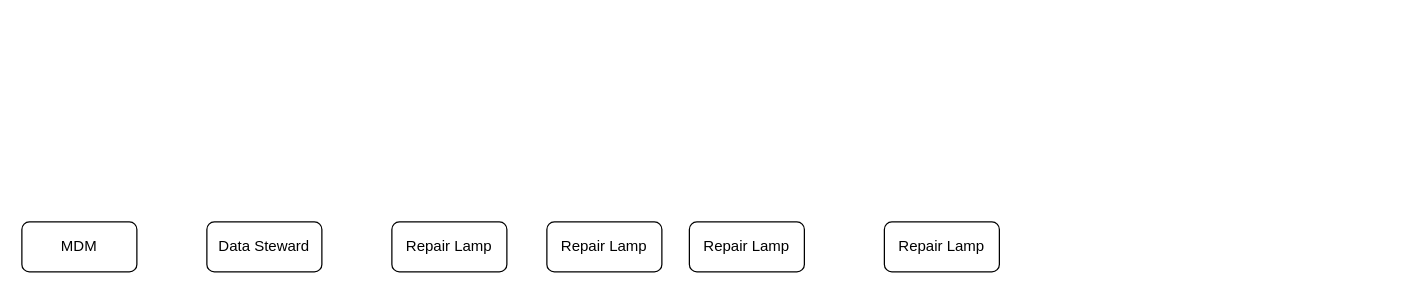
Earlier version of the draw.io diagram Untitled Diagram.drawio (rinkalnn/Mytest). Source tidied: cells renumbered, new cells numbered last; positions are measured from the earlier drawing's top-left corner, leaving out a move shared by most shapes. Both pictures are drawn from the tidied source at 125%, with x=0, y=0 at pixel (21, 221).
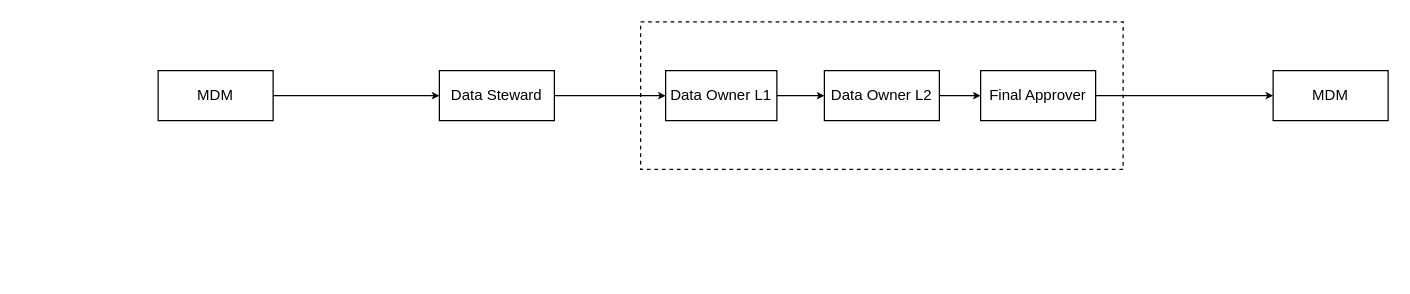
The same page after the edit.

Change to the diagram source:
```diff
@@
 <mxGraphModel>
   <root>
     <mxCell id="0" />
     <mxCell id="1" parent="0" />
+    <mxCell id="8" style="edgeStyle=orthogonalEdgeStyle;rounded=0;jettySize=auto;html=1;endSize=3;startSize=3;" parent="1" edge="1" source="2" target="3">
+      <mxGeometry relative="1" as="geometry" />
+    </mxCell>
-    <mxCell id="2" value="&lt;font face=&quot;Myriad Pro&quot;&gt;MDM&lt;/font&gt;" style="rounded=1;whiteSpace=wrap;html=1;fontSize=12;glass=0;strokeWidth=1;shadow=0;" parent="1" vertex="1">
-      <mxGeometry width="92" height="40" as="geometry" />
+    <mxCell id="2" value="&lt;font face=&quot;Myriad Pro&quot;&gt;MDM&lt;/font&gt;" style="rounded=0;whiteSpace=wrap;html=1;fontSize=12;glass=0;strokeWidth=1;shadow=0;" parent="1" vertex="1">
+      <mxGeometry x="109" y="-121" width="92" height="40" as="geometry" />
     </mxCell>
+    <mxCell id="9" style="edgeStyle=orthogonalEdgeStyle;rounded=0;jettySize=auto;html=1;endSize=3;startSize=3;" parent="1" edge="1" source="3" target="4">
+      <mxGeometry relative="1" as="geometry" />
+    </mxCell>
-    <mxCell id="3" value="&lt;font face=&quot;Myriad Pro&quot;&gt;Data Steward&lt;/font&gt;" style="rounded=1;whiteSpace=wrap;html=1;fontSize=12;glass=0;strokeWidth=1;shadow=0;" parent="1" vertex="1">
-      <mxGeometry x="148" width="92" height="40" as="geometry" />
+    <mxCell id="3" value="&lt;font face=&quot;Myriad Pro&quot;&gt;Data Steward&lt;/font&gt;" style="rounded=0;whiteSpace=wrap;html=1;fontSize=12;glass=0;strokeWidth=1;shadow=0;" parent="1" vertex="1">
+      <mxGeometry x="334" y="-121" width="92" height="40" as="geometry" />
     </mxCell>
+    <mxCell id="10" style="edgeStyle=orthogonalEdgeStyle;rounded=0;jettySize=auto;html=1;endSize=3;startSize=3;" parent="1" edge="1" source="4" target="5">
+      <mxGeometry relative="1" as="geometry" />
+    </mxCell>
-    <mxCell id="4" value="Repair Lamp" style="rounded=1;whiteSpace=wrap;html=1;fontSize=12;glass=0;strokeWidth=1;shadow=0;" parent="1" vertex="1">
-      <mxGeometry x="296" width="92" height="40" as="geometry" />
+    <mxCell id="4" value="&lt;font face=&quot;Myriad Pro&quot;&gt;Data Owner L1&lt;/font&gt;" style="rounded=0;whiteSpace=wrap;html=1;fontSize=12;glass=0;strokeWidth=1;shadow=0;" parent="1" vertex="1">
+      <mxGeometry x="515" y="-121" width="89" height="40" as="geometry" />
     </mxCell>
+    <mxCell id="11" style="edgeStyle=orthogonalEdgeStyle;rounded=0;jettySize=auto;html=1;endSize=3;startSize=3;" parent="1" edge="1" source="5" target="6">
+      <mxGeometry relative="1" as="geometry" />
+    </mxCell>
-    <mxCell id="5" value="Repair Lamp" style="rounded=1;whiteSpace=wrap;html=1;fontSize=12;glass=0;strokeWidth=1;shadow=0;" parent="1" vertex="1">
-      <mxGeometry x="420" width="92" height="40" as="geometry" />
+    <mxCell id="5" value="&lt;font face=&quot;Myriad Pro&quot;&gt;Data Owner L2&lt;/font&gt;" style="rounded=0;whiteSpace=wrap;html=1;fontSize=12;glass=0;strokeWidth=1;shadow=0;" parent="1" vertex="1">
+      <mxGeometry x="642" y="-121" width="92" height="40" as="geometry" />
     </mxCell>
+    <mxCell id="12" style="edgeStyle=orthogonalEdgeStyle;rounded=0;jettySize=auto;html=1;endSize=3;startSize=3;" parent="1" edge="1" source="6" target="7">
+      <mxGeometry relative="1" as="geometry" />
+    </mxCell>
-    <mxCell id="6" value="Repair Lamp" style="rounded=1;whiteSpace=wrap;html=1;fontSize=12;glass=0;strokeWidth=1;shadow=0;" parent="1" vertex="1">
-      <mxGeometry x="534" width="92" height="40" as="geometry" />
+    <mxCell id="6" value="&lt;font face=&quot;Myriad Pro&quot;&gt;Final Approver&lt;/font&gt;" style="rounded=0;whiteSpace=wrap;html=1;fontSize=12;glass=0;strokeWidth=1;shadow=0;" parent="1" vertex="1">
+      <mxGeometry x="767" y="-121" width="92" height="40" as="geometry" />
     </mxCell>
+    <mxCell id="13" style="rounded=0;whiteSpace=wrap;html=1;fillColor=none;dashed=1;" parent="1" vertex="1">
+      <mxGeometry x="495" y="-160" width="386" height="118" as="geometry" />
+    </mxCell>
-    <mxCell id="7" value="Repair Lamp" style="rounded=1;whiteSpace=wrap;html=1;fontSize=12;glass=0;strokeWidth=1;shadow=0;" parent="1" vertex="1">
-      <mxGeometry x="690" width="92" height="40" as="geometry" />
+    <mxCell id="7" value="&lt;font face=&quot;Myriad Pro&quot;&gt;MDM&lt;/font&gt;" style="rounded=0;whiteSpace=wrap;html=1;fontSize=12;glass=0;strokeWidth=1;shadow=0;" parent="1" vertex="1">
+      <mxGeometry x="1001" y="-121" width="92" height="40" as="geometry" />
     </mxCell>
   </root>
 </mxGraphModel>
```
